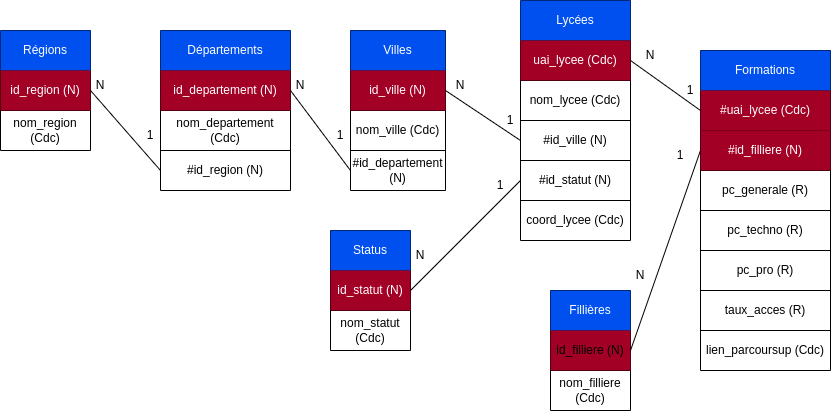
The draw.io diagram Conception/base.png in elouan660/prepa-CLI, before a commit. Source tidied: cells renumbered, new cells last; positions are measured from the earlier drawing's top-left corner, leaving out a move shared by most shapes.
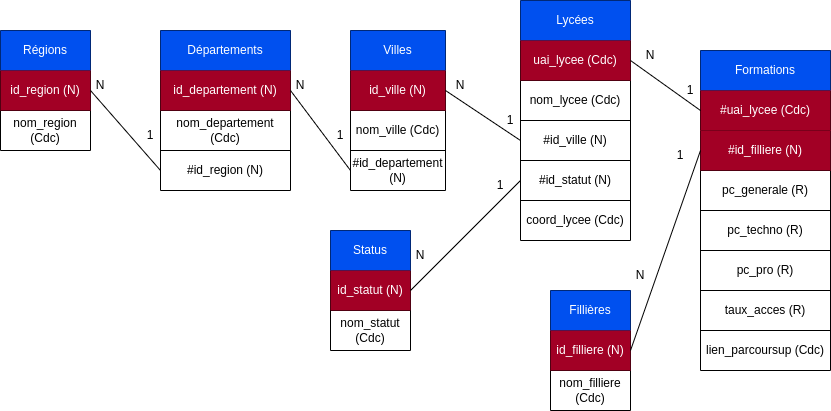
After the commit.

What changed in the source:
```diff
@@ -179,7 +179,7 @@
     <mxCell id="60" style="shape=tableRow;horizontal=0;startSize=0;swimlaneHead=0;swimlaneBody=0;top=0;left=0;bottom=0;right=0;fillColor=#a20025;points=[[0,0.5],[1,0.5]];portConstraint=eastwest;fontColor=#ffffff;strokeColor=#6F0000;" parent="57" vertex="1">
       <mxGeometry y="40" width="80" height="40" as="geometry" />
     </mxCell>
-    <mxCell id="61" value="id_filliere (N)" style="shape=partialRectangle;html=1;whiteSpace=wrap;overflow=hidden;fillColor=none;top=0;left=0;bottom=0;right=0;" parent="60" vertex="1">
+    <mxCell id="61" value="id_filliere (N)" style="shape=partialRectangle;html=1;whiteSpace=wrap;overflow=hidden;fillColor=none;top=0;left=0;bottom=0;right=0;fontColor=#ffffff;strokeColor=#6F0000;" parent="60" vertex="1">
       <mxGeometry width="80" height="40" as="geometry" />
     </mxCell>
     <mxCell id="62" style="shape=tableRow;horizontal=0;startSize=0;swimlaneHead=0;swimlaneBody=0;top=0;left=0;bottom=0;right=0;fillColor=none;" parent="57" vertex="1">
```
